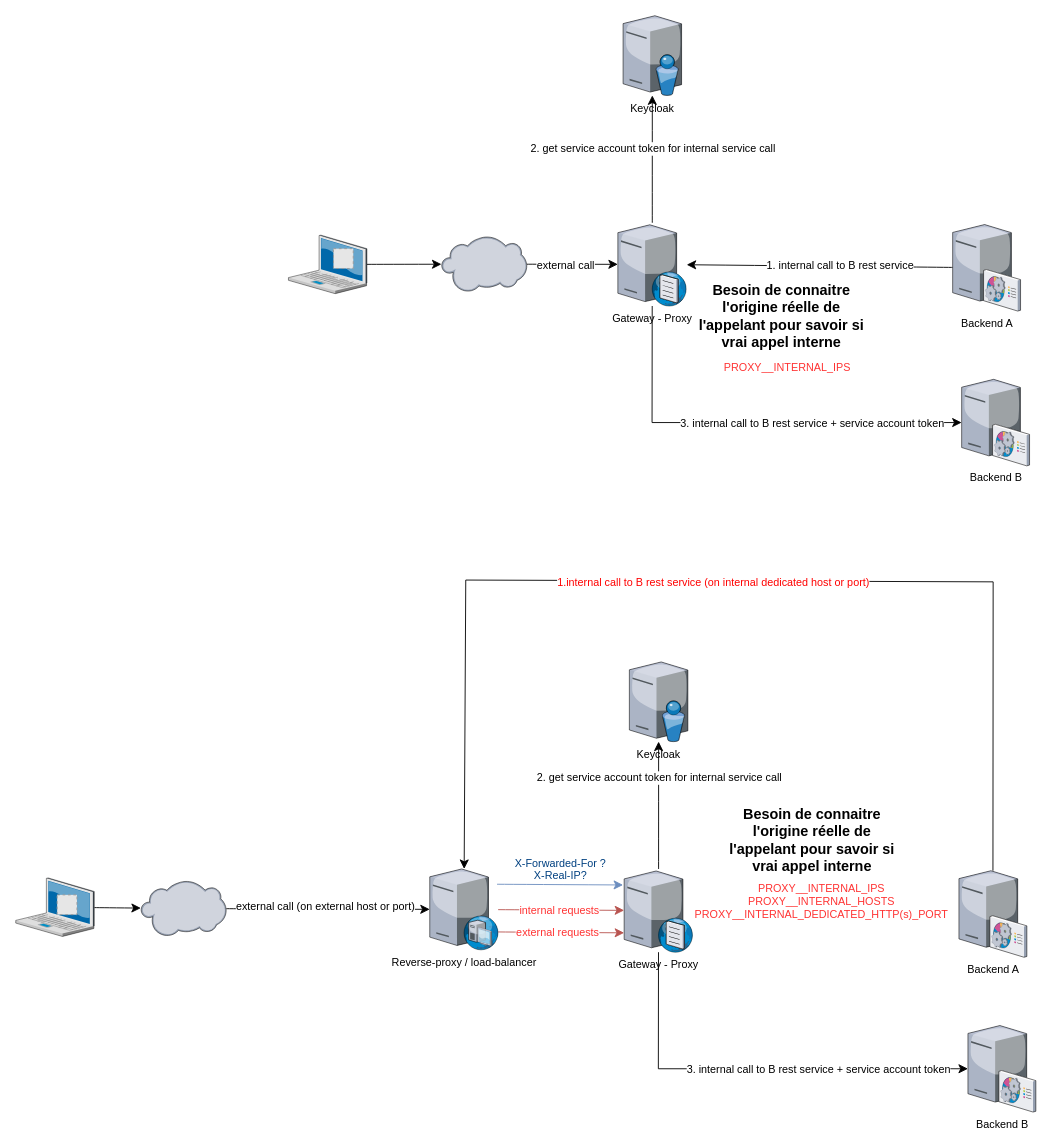
Above: internal-calls.drawio in omasseau/drawio (draw.io), before the change. Source tidied: cells renumbered, new cells numbered last; positions are measured from the earlier drawing's top-left corner, leaving out a move shared by most shapes. Both pictures are drawn from the tidied source at 90%, with x=0, y=0 at pixel (15, 15). Pictures stored in the file or linked from it are replaced by grey dashed boxes.
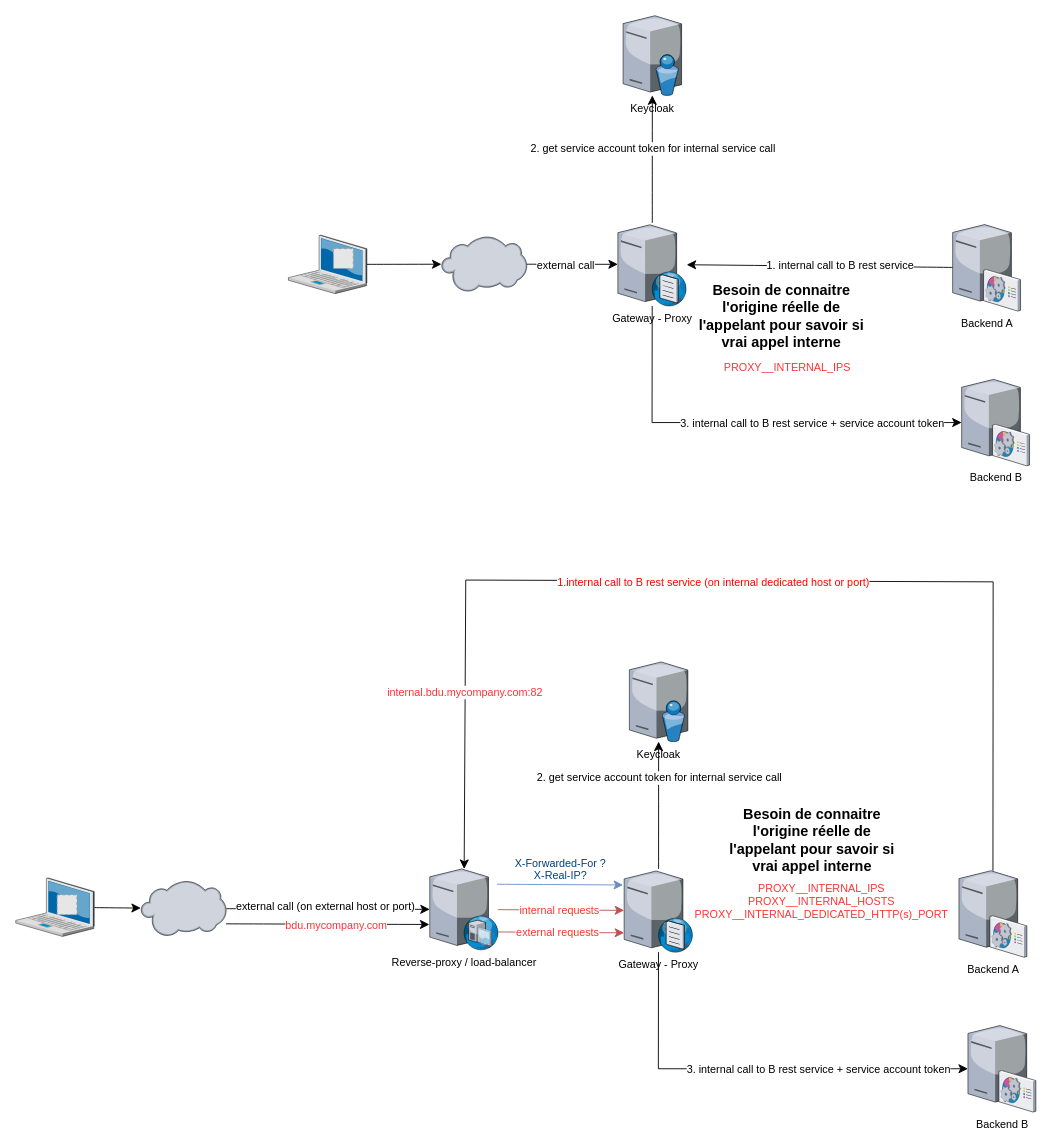
The same diagram, later.

Commit message (it also covers changes not shown here):
Mettre à jour internal-calls.drawio

The change refers to these unchanged cells:
```xml
<mxCell id="23" style="edgeStyle=none;curved=0;rounded=0;jettySize=auto;html=1;fontSize=12;startSize=8;endSize=8;strokeColor=default;" parent="1" edge="1" source="25" target="39">
  <mxGeometry relative="1" as="geometry">
    <Array as="points">
      <mxPoint x="1086" y="629" />
      <mxPoint x="500" y="627" />
    </Array>
  </mxGeometry>
</mxCell>
```

What changed in the source:
```diff
@@
+    <mxCell id="45" value="internal.bdu.mycompany.com:82" style="edgeLabel;html=1;align=center;verticalAlign=middle;fontSize=12;fontColor=#FF3333;" parent="23" vertex="1">
+      <mxGeometry x="0.68" y="-1" relative="1" as="geometry" />
+    </mxCell>
@@
+    <mxCell id="46" style="edgeStyle=none;curved=1;rounded=0;orthogonalLoop=1;jettySize=auto;html=1;fontSize=12;startSize=8;endSize=8;" parent="1" edge="1">
+      <mxGeometry relative="1" as="geometry">
+        <mxPoint x="233.6" y="1009" as="sourcePoint" />
+        <mxPoint x="459.6" y="1009.7" as="targetPoint" />
+      </mxGeometry>
+    </mxCell>
+    <mxCell id="47" value="bdu.mycompany.com" style="edgeLabel;html=1;align=center;verticalAlign=middle;fontSize=12;fontColor=#FF3333;" parent="46" vertex="1">
+      <mxGeometry x="0.08" y="-1" relative="1" as="geometry" />
+    </mxCell>
```
